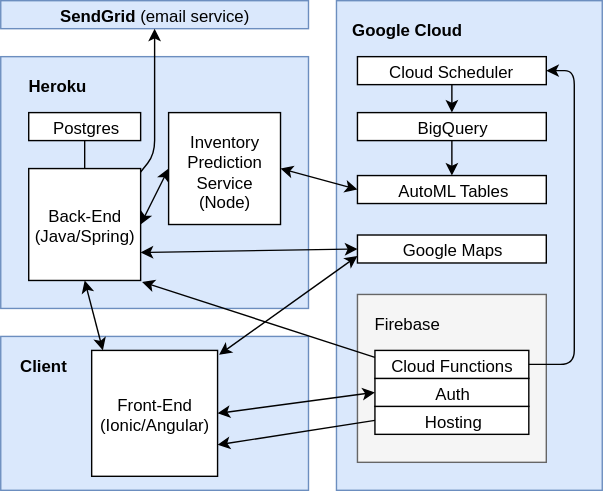
Above: Fiits Architecture.svg in bwhiting2356/fiits-diagrams (draw.io), before the change. Source tidied: cells renumbered, new cells last; positions are measured from the earlier drawing's top-left corner, leaving out a move shared by most shapes. Its diagram source:
```xml
<mxGraphModel>
  <root>
    <mxCell id="0" />
    <mxCell id="1" parent="0" />
    <mxCell id="2" style="rounded=0;whiteSpace=wrap;html=1;fillColor=#dae8fc;strokeColor=#6c8ebf;" parent="1" vertex="1">
      <mxGeometry y="240" width="220" height="110" as="geometry" />
    </mxCell>
    <mxCell id="3" style="rounded=0;whiteSpace=wrap;html=1;fillColor=#dae8fc;strokeColor=#6c8ebf;" parent="1" vertex="1">
      <mxGeometry x="240" width="190" height="350" as="geometry" />
    </mxCell>
    <mxCell id="4" style="rounded=0;whiteSpace=wrap;html=1;fillColor=#dae8fc;strokeColor=#6c8ebf;" parent="1" vertex="1">
      <mxGeometry y="40" width="220" height="180" as="geometry" />
    </mxCell>
    <mxCell id="5" value="Front-End&lt;br&gt;(Ionic/Angular)" style="whiteSpace=wrap;html=1;" parent="1" vertex="1">
      <mxGeometry x="65" y="250" width="90" height="90" as="geometry" />
    </mxCell>
    <mxCell id="6" value="Google Cloud" style="text;html=1;strokeColor=none;fillColor=none;align=center;verticalAlign=middle;whiteSpace=wrap;rounded=0;fontStyle=1;" parent="1" vertex="1">
      <mxGeometry x="245" y="10" width="90" height="20" as="geometry" />
    </mxCell>
    <mxCell id="7" style="rounded=0;whiteSpace=wrap;html=1;fillColor=#f5f5f5;strokeColor=#666666;fontColor=#333333;" parent="1" vertex="1">
      <mxGeometry x="255" y="210" width="135" height="120" as="geometry" />
    </mxCell>
    <mxCell id="8" value="Google Maps" style="rounded=0;whiteSpace=wrap;html=1;" parent="1" vertex="1">
      <mxGeometry x="255" y="167.5" width="135" height="20" as="geometry" />
    </mxCell>
    <mxCell id="9" value="BigQuery" style="rounded=0;whiteSpace=wrap;html=1;" parent="1" vertex="1">
      <mxGeometry x="255" y="80" width="135" height="20" as="geometry" />
    </mxCell>
    <mxCell id="10" value="AutoML Tables" style="rounded=0;whiteSpace=wrap;html=1;" parent="1" vertex="1">
      <mxGeometry x="255" y="125" width="135" height="20" as="geometry" />
    </mxCell>
    <mxCell id="11" style="endArrow=classic;html=1;exitX=0.5;exitY=1;exitDx=0;exitDy=0;entryX=0.5;entryY=0;entryDx=0;entryDy=0;" parent="1" edge="1" source="9" target="10">
      <mxGeometry relative="1" as="geometry" />
    </mxCell>
    <mxCell id="12" value="Inventory Prediction Service (Node)" style="whiteSpace=wrap;html=1;" parent="1" vertex="1">
      <mxGeometry x="120" y="80" width="80" height="80" as="geometry" />
    </mxCell>
    <mxCell id="13" style="endArrow=classic;startArrow=classic;html=1;entryX=1;entryY=0.5;entryDx=0;entryDy=0;exitX=0;exitY=0.5;exitDx=0;exitDy=0;" parent="1" edge="1" source="10" target="12">
      <mxGeometry relative="1" as="geometry" />
    </mxCell>
    <mxCell id="14" value="Back-End (Java/Spring)" style="whiteSpace=wrap;html=1;" parent="1" vertex="1">
      <mxGeometry x="20" y="120" width="80" height="80" as="geometry" />
    </mxCell>
    <mxCell id="15" value="Heroku" style="text;html=1;strokeColor=none;fillColor=none;align=center;verticalAlign=middle;whiteSpace=wrap;rounded=0;fontStyle=1;" parent="1" vertex="1">
      <mxGeometry x="20" y="50" width="40" height="20" as="geometry" />
    </mxCell>
    <mxCell id="16" style="endArrow=classic;startArrow=classic;html=1;entryX=1;entryY=0.5;entryDx=0;entryDy=0;exitX=0;exitY=0.5;exitDx=0;exitDy=0;" parent="1" edge="1" source="12" target="14">
      <mxGeometry relative="1" as="geometry" />
    </mxCell>
    <mxCell id="17" style="endArrow=classic;startArrow=classic;html=1;entryX=1;entryY=0.75;entryDx=0;entryDy=0;exitX=0;exitY=0.5;exitDx=0;exitDy=0;" parent="1" edge="1" source="8" target="14">
      <mxGeometry relative="1" as="geometry" />
    </mxCell>
    <mxCell id="18" value="Client" style="text;html=1;strokeColor=none;fillColor=none;align=center;verticalAlign=middle;whiteSpace=wrap;rounded=0;fontStyle=1;" parent="1" vertex="1">
      <mxGeometry x="10" y="250" width="40" height="20" as="geometry" />
    </mxCell>
    <mxCell id="19" value="Firebase" style="text;html=1;strokeColor=none;fillColor=none;align=center;verticalAlign=middle;whiteSpace=wrap;rounded=0;" parent="1" vertex="1">
      <mxGeometry x="270" y="220" width="40" height="20" as="geometry" />
    </mxCell>
    <mxCell id="20" value="Postgres" style="rounded=0;whiteSpace=wrap;html=1;" parent="1" vertex="1">
      <mxGeometry x="20" y="80" width="80" height="20" as="geometry" />
    </mxCell>
    <mxCell id="21" style="endArrow=none;html=1;entryX=0.5;entryY=1;entryDx=0;entryDy=0;exitX=0.5;exitY=0;exitDx=0;exitDy=0;" parent="1" edge="1" source="14" target="20">
      <mxGeometry relative="1" as="geometry" />
    </mxCell>
    <mxCell id="22" value="Hosting" style="rounded=0;whiteSpace=wrap;html=1;" parent="1" vertex="1">
      <mxGeometry x="267.5" y="290" width="110" height="20" as="geometry" />
    </mxCell>
    <mxCell id="23" value="Auth" style="rounded=0;whiteSpace=wrap;html=1;" parent="1" vertex="1">
      <mxGeometry x="267.5" y="270" width="110" height="20" as="geometry" />
    </mxCell>
    <mxCell id="24" value="Cloud Functions" style="rounded=0;whiteSpace=wrap;html=1;" parent="1" vertex="1">
      <mxGeometry x="267.5" y="250" width="110" height="20" as="geometry" />
    </mxCell>
    <mxCell id="25" style="endArrow=classic;html=1;exitX=0;exitY=0.5;exitDx=0;exitDy=0;entryX=1;entryY=0.75;entryDx=0;entryDy=0;" parent="1" edge="1" source="22" target="5">
      <mxGeometry relative="1" as="geometry" />
    </mxCell>
    <mxCell id="26" style="endArrow=classic;startArrow=classic;html=1;entryX=0;entryY=0.5;entryDx=0;entryDy=0;exitX=1;exitY=0.5;exitDx=0;exitDy=0;" parent="1" edge="1" source="5" target="23">
      <mxGeometry relative="1" as="geometry" />
    </mxCell>
    <mxCell id="27" style="endArrow=classic;html=1;exitX=0;exitY=0.25;exitDx=0;exitDy=0;entryX=1.013;entryY=1.013;entryDx=0;entryDy=0;entryPerimeter=0;" parent="1" edge="1" source="24" target="14">
      <mxGeometry relative="1" as="geometry" />
    </mxCell>
    <mxCell id="28" style="endArrow=classic;html=1;exitX=1;exitY=0.5;exitDx=0;exitDy=0;entryX=1;entryY=0.5;entryDx=0;entryDy=0;" parent="1" edge="1" source="24" target="30">
      <mxGeometry relative="1" as="geometry">
        <Array as="points">
          <mxPoint x="410" y="260" />
          <mxPoint x="410" y="50" />
        </Array>
      </mxGeometry>
    </mxCell>
    <mxCell id="29" style="endArrow=classic;startArrow=classic;html=1;exitX=0.5;exitY=1;exitDx=0;exitDy=0;" parent="1" edge="1" source="14">
      <mxGeometry relative="1" as="geometry">
        <mxPoint x="73" y="250" as="targetPoint" />
      </mxGeometry>
    </mxCell>
    <mxCell id="30" value="Cloud Scheduler" style="rounded=0;whiteSpace=wrap;html=1;" parent="1" vertex="1">
      <mxGeometry x="255" y="40" width="135" height="20" as="geometry" />
    </mxCell>
    <mxCell id="31" style="endArrow=classic;html=1;exitX=0.5;exitY=1;exitDx=0;exitDy=0;entryX=0.5;entryY=0;entryDx=0;entryDy=0;" parent="1" edge="1" source="30" target="9">
      <mxGeometry relative="1" as="geometry" />
    </mxCell>
    <mxCell id="32" value="&lt;b&gt;SendGrid&lt;/b&gt; (email service)" style="rounded=0;whiteSpace=wrap;html=1;fillColor=#dae8fc;strokeColor=#6c8ebf;" parent="1" vertex="1">
      <mxGeometry width="220" height="20" as="geometry" />
    </mxCell>
    <mxCell id="33" style="endArrow=classic;html=1;exitX=1;exitY=0.031;exitDx=0;exitDy=0;exitPerimeter=0;entryX=0.5;entryY=1;entryDx=0;entryDy=0;" parent="1" edge="1" source="14" target="32">
      <mxGeometry relative="1" as="geometry">
        <Array as="points">
          <mxPoint x="110" y="110" />
        </Array>
      </mxGeometry>
    </mxCell>
    <mxCell id="34" style="endArrow=classic;startArrow=classic;html=1;entryX=1.012;entryY=0.035;entryDx=0;entryDy=0;entryPerimeter=0;exitX=0;exitY=0.75;exitDx=0;exitDy=0;" parent="1" edge="1" source="8" target="5">
      <mxGeometry relative="1" as="geometry" />
    </mxCell>
  </root>
</mxGraphModel>
```
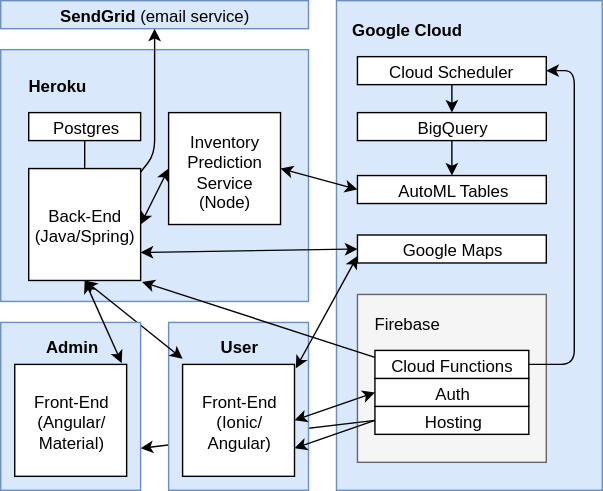
Above is the later version.

The edit, as a diff of the source:
```diff
@@ -2,24 +2,27 @@
   <root>
     <mxCell id="0" />
     <mxCell id="1" parent="0" />
+    <mxCell id="3" style="rounded=0;whiteSpace=wrap;html=1;fillColor=#dae8fc;strokeColor=#6c8ebf;" parent="1" vertex="1">
+      <mxGeometry x="240" width="190" height="350" as="geometry" />
+    </mxCell>
+    <mxCell id="7" style="rounded=0;whiteSpace=wrap;html=1;fillColor=#f5f5f5;strokeColor=#666666;fontColor=#333333;" parent="1" vertex="1">
+      <mxGeometry x="255" y="210" width="135" height="120" as="geometry" />
+    </mxCell>
+    <mxCell id="35" style="endArrow=classic;html=1;entryX=1;entryY=0.75;entryDx=0;entryDy=0;exitX=0;exitY=0.5;exitDx=0;exitDy=0;" parent="1" edge="1" source="22" target="36">
+      <mxGeometry relative="1" as="geometry" />
+    </mxCell>
     <mxCell id="2" style="rounded=0;whiteSpace=wrap;html=1;fillColor=#dae8fc;strokeColor=#6c8ebf;" parent="1" vertex="1">
-      <mxGeometry y="240" width="220" height="110" as="geometry" />
+      <mxGeometry x="120" y="230" width="100" height="120" as="geometry" />
     </mxCell>
-    <mxCell id="3" style="rounded=0;whiteSpace=wrap;html=1;fillColor=#dae8fc;strokeColor=#6c8ebf;" parent="1" vertex="1">
-      <mxGeometry x="240" width="190" height="350" as="geometry" />
-    </mxCell>
     <mxCell id="4" style="rounded=0;whiteSpace=wrap;html=1;fillColor=#dae8fc;strokeColor=#6c8ebf;" parent="1" vertex="1">
-      <mxGeometry y="40" width="220" height="180" as="geometry" />
+      <mxGeometry y="35" width="220" height="180" as="geometry" />
     </mxCell>
-    <mxCell id="5" value="Front-End&lt;br&gt;(Ionic/Angular)" style="whiteSpace=wrap;html=1;" parent="1" vertex="1">
-      <mxGeometry x="65" y="250" width="90" height="90" as="geometry" />
+    <mxCell id="5" value="Front-End&lt;br&gt;(Ionic/&lt;br&gt;Angular)" style="whiteSpace=wrap;html=1;" parent="1" vertex="1">
+      <mxGeometry x="130" y="260" width="80" height="80" as="geometry" />
     </mxCell>
     <mxCell id="6" value="Google Cloud" style="text;html=1;strokeColor=none;fillColor=none;align=center;verticalAlign=middle;whiteSpace=wrap;rounded=0;fontStyle=1;" parent="1" vertex="1">
       <mxGeometry x="245" y="10" width="90" height="20" as="geometry" />
     </mxCell>
-    <mxCell id="7" style="rounded=0;whiteSpace=wrap;html=1;fillColor=#f5f5f5;strokeColor=#666666;fontColor=#333333;" parent="1" vertex="1">
-      <mxGeometry x="255" y="210" width="135" height="120" as="geometry" />
-    </mxCell>
     <mxCell id="8" value="Google Maps" style="rounded=0;whiteSpace=wrap;html=1;" parent="1" vertex="1">
       <mxGeometry x="255" y="167.5" width="135" height="20" as="geometry" />
     </mxCell>
@@ -50,8 +53,8 @@
     <mxCell id="17" style="endArrow=classic;startArrow=classic;html=1;entryX=1;entryY=0.75;entryDx=0;entryDy=0;exitX=0;exitY=0.5;exitDx=0;exitDy=0;" parent="1" edge="1" source="8" target="14">
       <mxGeometry relative="1" as="geometry" />
     </mxCell>
-    <mxCell id="18" value="Client" style="text;html=1;strokeColor=none;fillColor=none;align=center;verticalAlign=middle;whiteSpace=wrap;rounded=0;fontStyle=1;" parent="1" vertex="1">
-      <mxGeometry x="10" y="250" width="40" height="20" as="geometry" />
+    <mxCell id="18" value="User" style="text;html=1;strokeColor=none;fillColor=none;align=center;verticalAlign=middle;whiteSpace=wrap;rounded=0;fontStyle=1;" parent="1" vertex="1">
+      <mxGeometry x="150" y="236" width="40" height="20" as="geometry" />
     </mxCell>
     <mxCell id="19" value="Firebase" style="text;html=1;strokeColor=none;fillColor=none;align=center;verticalAlign=middle;whiteSpace=wrap;rounded=0;" parent="1" vertex="1">
       <mxGeometry x="270" y="220" width="40" height="20" as="geometry" />
@@ -88,10 +91,8 @@
         </Array>
       </mxGeometry>
     </mxCell>
-    <mxCell id="29" style="endArrow=classic;startArrow=classic;html=1;exitX=0.5;exitY=1;exitDx=0;exitDy=0;" parent="1" edge="1" source="14">
-      <mxGeometry relative="1" as="geometry">
-        <mxPoint x="73" y="250" as="targetPoint" />
-      </mxGeometry>
+    <mxCell id="29" style="endArrow=classic;startArrow=classic;html=1;exitX=0.5;exitY=1;exitDx=0;exitDy=0;entryX=0;entryY=-0.05;entryDx=0;entryDy=0;entryPerimeter=0;" parent="1" edge="1" source="14" target="5">
+      <mxGeometry relative="1" as="geometry" />
     </mxCell>
     <mxCell id="30" value="Cloud Scheduler" style="rounded=0;whiteSpace=wrap;html=1;" parent="1" vertex="1">
       <mxGeometry x="255" y="40" width="135" height="20" as="geometry" />
@@ -112,5 +113,17 @@
     <mxCell id="34" style="endArrow=classic;startArrow=classic;html=1;entryX=1.012;entryY=0.035;entryDx=0;entryDy=0;entryPerimeter=0;exitX=0;exitY=0.75;exitDx=0;exitDy=0;" parent="1" edge="1" source="8" target="5">
       <mxGeometry relative="1" as="geometry" />
     </mxCell>
+    <mxCell id="36" style="rounded=0;whiteSpace=wrap;html=1;fillColor=#dae8fc;strokeColor=#6c8ebf;" parent="1" vertex="1">
+      <mxGeometry y="230" width="100" height="120" as="geometry" />
+    </mxCell>
+    <mxCell id="37" value="Front-End&lt;br&gt;(Angular/&lt;br&gt;Material)" style="whiteSpace=wrap;html=1;" parent="1" vertex="1">
+      <mxGeometry x="10" y="260" width="80" height="80" as="geometry" />
+    </mxCell>
+    <mxCell id="38" value="Admin" style="text;html=1;strokeColor=none;fillColor=none;align=center;verticalAlign=middle;whiteSpace=wrap;rounded=0;fontStyle=1;" parent="1" vertex="1">
+      <mxGeometry x="30" y="236" width="40" height="20" as="geometry" />
+    </mxCell>
+    <mxCell id="39" style="endArrow=classic;startArrow=classic;html=1;entryX=0.5;entryY=1;entryDx=0;entryDy=0;exitX=0.956;exitY=-0.011;exitDx=0;exitDy=0;exitPerimeter=0;" parent="1" edge="1" source="37" target="14">
+      <mxGeometry relative="1" as="geometry" />
+    </mxCell>
   </root>
 </mxGraphModel>
```
